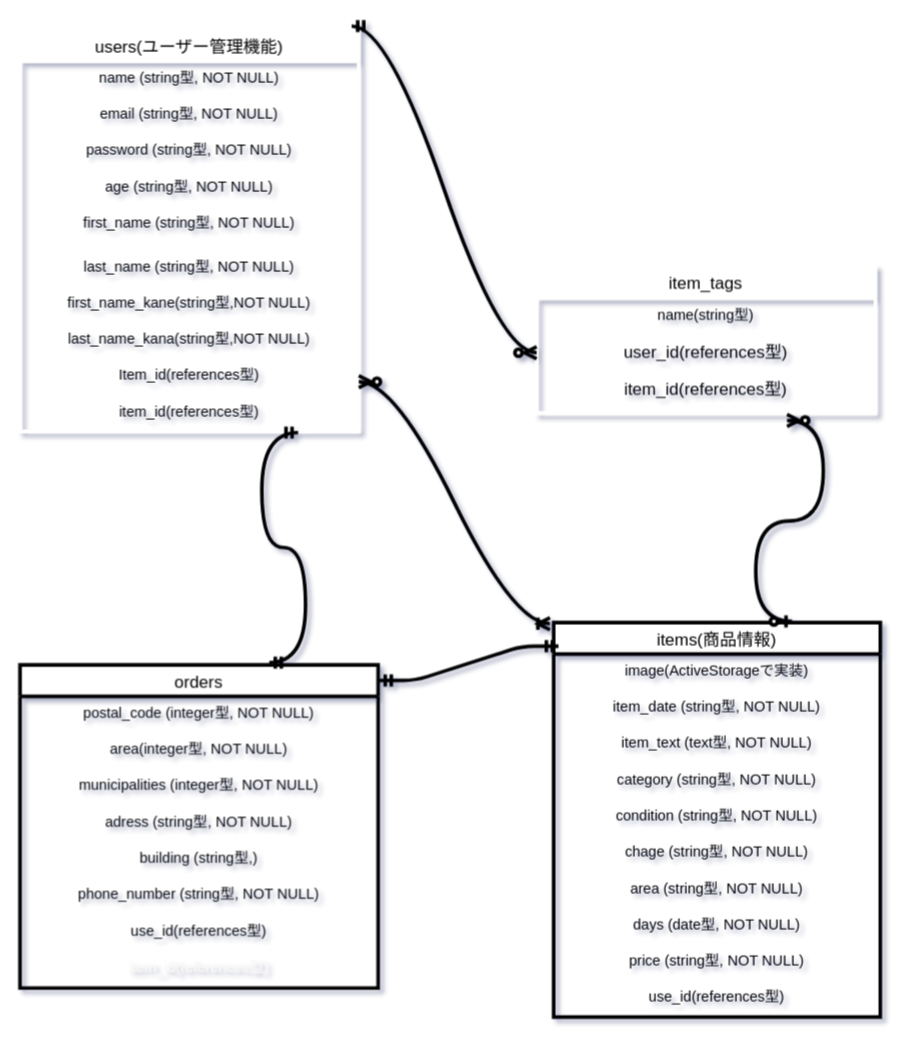
Above: ER .dio in same-jima/furima-36128 (draw.io), before the change. Source tidied: cells renumbered, new cells numbered last; positions are measured from the earlier drawing's top-left corner, leaving out a move shared by most shapes. Both pictures are drawn from the tidied source at 121%, with x=0, y=0 at pixel (19, 29).
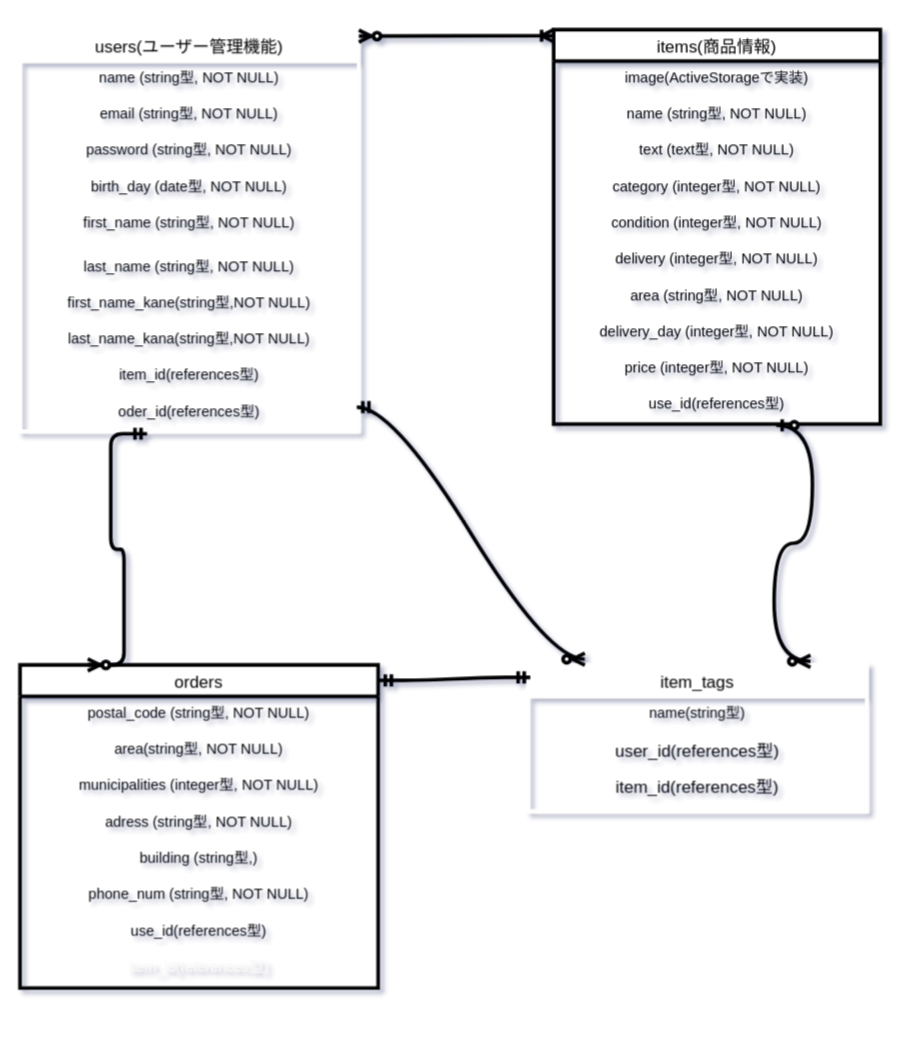
The same page after the edit.

Commit message (it also covers changes not shown here):
再々々修正：ER図・README

Unchanged cells that the change refers to:
```xml
<mxCell id="2" value="users(ユーザー管理機能)" style="swimlane;fontStyle=0;horizontal=1;startSize=26;align=center;fontSize=14;strokeColor=#FFFFFF;strokeWidth=3;" parent="1" vertex="1">
  <mxGeometry width="280" height="332" as="geometry" />
</mxCell>
<mxCell id="23" value="use_id(references型)" style="text;strokeColor=none;fillColor=none;spacingLeft=4;spacingRight=4;overflow=hidden;points=[[0,0.5],[1,0.5]];portConstraint=eastwest;fontSize=12;align=center;" parent="13" vertex="1">
  <mxGeometry y="296" width="270" height="30" as="geometry" />
</mxCell>
<mxCell id="24" value="orders" style="swimlane;fontStyle=0;horizontal=1;startSize=26;align=center;fontSize=14;strokeWidth=3;" parent="1" vertex="1">
  <mxGeometry y="525" width="296" height="267" as="geometry" />
</mxCell>
<mxCell id="35" value="user_id(references型)" style="text;strokeColor=none;fillColor=none;spacingLeft=4;spacingRight=4;overflow=hidden;points=[[0,0.5],[1,0.5]];portConstraint=eastwest;fontSize=14;align=center;" parent="33" vertex="1">
  <mxGeometry y="56" width="280" height="30" as="geometry" />
</mxCell>
<mxCell id="36" value="item_id(references型)" style="text;strokeColor=none;fillColor=none;spacingLeft=4;spacingRight=4;overflow=hidden;points=[[0,0.5],[1,0.5]];portConstraint=eastwest;fontSize=14;align=center;" parent="33" vertex="1">
  <mxGeometry y="86" width="280" height="35" as="geometry" />
</mxCell>
```

The edit, as a diff of the source:
```diff
@@
-    <mxCell id="6" value="age (string型, NOT NULL)" style="text;strokeColor=none;fillColor=none;spacingLeft=4;spacingRight=4;overflow=hidden;fontSize=12;align=center;" parent="2" vertex="1">
+    <mxCell id="6" value="birth_day (date型, NOT NULL)" style="text;strokeColor=none;fillColor=none;spacingLeft=4;spacingRight=4;overflow=hidden;fontSize=12;align=center;" parent="2" vertex="1">
       <mxGeometry y="116" width="280" height="30" as="geometry" />
     </mxCell>
@@
-    <mxCell id="11" value="Item_id(references型)" style="text;strokeColor=none;fillColor=none;spacingLeft=4;spacingRight=4;overflow=hidden;points=[[0,0.5],[1,0.5]];portConstraint=eastwest;fontSize=12;align=center;" parent="2" vertex="1">
+    <mxCell id="11" value="item_id(references型)" style="text;strokeColor=none;fillColor=none;spacingLeft=4;spacingRight=4;overflow=hidden;points=[[0,0.5],[1,0.5]];portConstraint=eastwest;fontSize=12;align=center;" parent="2" vertex="1">
       <mxGeometry y="272" width="280" height="30" as="geometry" />
     </mxCell>
-    <mxCell id="12" value="item_id(references型)" style="text;strokeColor=none;fillColor=none;spacingLeft=4;spacingRight=4;overflow=hidden;points=[[0,0.5],[1,0.5]];portConstraint=eastwest;fontSize=12;align=center;" parent="2" vertex="1">
+    <mxCell id="12" value="oder_id(references型)" style="text;strokeColor=none;fillColor=none;spacingLeft=4;spacingRight=4;overflow=hidden;points=[[0,0.5],[1,0.5]];portConstraint=eastwest;fontSize=12;align=center;" parent="2" vertex="1">
       <mxGeometry y="302" width="280" height="30" as="geometry" />
     </mxCell>
     <mxCell id="13" value="items(商品情報)" style="swimlane;fontStyle=0;horizontal=1;startSize=26;align=center;fontSize=14;strokeWidth=3;" parent="1" vertex="1">
-      <mxGeometry x="441" y="490" width="270" height="326" as="geometry" />
+      <mxGeometry x="441" width="270" height="326" as="geometry" />
     </mxCell>
@@
-    <mxCell id="15" value="item_date (string型, NOT NULL)" style="text;strokeColor=none;fillColor=none;spacingLeft=4;spacingRight=4;overflow=hidden;fontSize=12;align=center;" parent="13" vertex="1">
+    <mxCell id="15" value="name (string型, NOT NULL)" style="text;strokeColor=none;fillColor=none;spacingLeft=4;spacingRight=4;overflow=hidden;fontSize=12;align=center;" parent="13" vertex="1">
       <mxGeometry y="56" width="270" height="30" as="geometry" />
     </mxCell>
-    <mxCell id="16" value="item_text (text型, NOT NULL)" style="text;strokeColor=none;fillColor=none;spacingLeft=4;spacingRight=4;overflow=hidden;fontSize=12;align=center;" parent="13" vertex="1">
+    <mxCell id="16" value="text (text型, NOT NULL)" style="text;strokeColor=none;fillColor=none;spacingLeft=4;spacingRight=4;overflow=hidden;fontSize=12;align=center;" parent="13" vertex="1">
       <mxGeometry y="86" width="270" height="30" as="geometry" />
     </mxCell>
-    <mxCell id="17" value="category (string型, NOT NULL)" style="text;strokeColor=none;fillColor=none;spacingLeft=4;spacingRight=4;overflow=hidden;fontSize=12;align=center;" parent="13" vertex="1">
+    <mxCell id="17" value="category (integer型, NOT NULL)" style="text;strokeColor=none;fillColor=none;spacingLeft=4;spacingRight=4;overflow=hidden;fontSize=12;align=center;" parent="13" vertex="1">
       <mxGeometry y="116" width="270" height="30" as="geometry" />
     </mxCell>
-    <mxCell id="18" value="condition (string型, NOT NULL)" style="text;strokeColor=none;fillColor=none;spacingLeft=4;spacingRight=4;overflow=hidden;fontSize=12;align=center;" parent="13" vertex="1">
+    <mxCell id="18" value="condition (integer型, NOT NULL)" style="text;strokeColor=none;fillColor=none;spacingLeft=4;spacingRight=4;overflow=hidden;fontSize=12;align=center;" parent="13" vertex="1">
       <mxGeometry y="146" width="270" height="30" as="geometry" />
     </mxCell>
-    <mxCell id="19" value="chage (string型, NOT NULL)" style="text;strokeColor=none;fillColor=none;spacingLeft=4;spacingRight=4;overflow=hidden;fontSize=12;align=center;" parent="13" vertex="1">
+    <mxCell id="19" value="delivery (integer型, NOT NULL)" style="text;strokeColor=none;fillColor=none;spacingLeft=4;spacingRight=4;overflow=hidden;fontSize=12;align=center;" parent="13" vertex="1">
       <mxGeometry y="176" width="270" height="30" as="geometry" />
     </mxCell>
@@
-    <mxCell id="21" value="days (date型, NOT NULL)" style="text;strokeColor=none;fillColor=none;spacingLeft=4;spacingRight=4;overflow=hidden;fontSize=12;align=center;" parent="13" vertex="1">
+    <mxCell id="21" value="delivery_day (integer型, NOT NULL)" style="text;strokeColor=none;fillColor=none;spacingLeft=4;spacingRight=4;overflow=hidden;fontSize=12;align=center;" parent="13" vertex="1">
       <mxGeometry y="236" width="270" height="30" as="geometry" />
     </mxCell>
-    <mxCell id="22" value="price (string型, NOT NULL)" style="text;strokeColor=none;fillColor=none;spacingLeft=4;spacingRight=4;overflow=hidden;fontSize=12;align=center;" parent="13" vertex="1">
+    <mxCell id="22" value="price (integer型, NOT NULL)" style="text;strokeColor=none;fillColor=none;spacingLeft=4;spacingRight=4;overflow=hidden;fontSize=12;align=center;" parent="13" vertex="1">
       <mxGeometry y="266" width="270" height="30" as="geometry" />
     </mxCell>
@@
-    <mxCell id="25" value="postal_code (integer型, NOT NULL)" style="text;strokeColor=none;fillColor=none;spacingLeft=4;spacingRight=4;overflow=hidden;fontSize=12;align=center;" parent="24" vertex="1">
+    <mxCell id="25" value="postal_code (string型, NOT NULL)" style="text;strokeColor=none;fillColor=none;spacingLeft=4;spacingRight=4;overflow=hidden;fontSize=12;align=center;" parent="24" vertex="1">
       <mxGeometry y="26" width="296" height="30" as="geometry" />
     </mxCell>
-    <mxCell id="26" value="area(integer型, NOT NULL)" style="text;strokeColor=none;fillColor=none;spacingLeft=4;spacingRight=4;overflow=hidden;fontSize=12;align=center;" parent="24" vertex="1">
+    <mxCell id="26" value="area(string型, NOT NULL)" style="text;strokeColor=none;fillColor=none;spacingLeft=4;spacingRight=4;overflow=hidden;fontSize=12;align=center;" parent="24" vertex="1">
       <mxGeometry y="56" width="296" height="30" as="geometry" />
     </mxCell>
@@
-    <mxCell id="30" value="phone_number (string型, NOT NULL)" style="text;strokeColor=none;fillColor=none;spacingLeft=4;spacingRight=4;overflow=hidden;fontSize=12;align=center;" parent="24" vertex="1">
+    <mxCell id="30" value="phone_num (string型, NOT NULL)" style="text;strokeColor=none;fillColor=none;spacingLeft=4;spacingRight=4;overflow=hidden;fontSize=12;align=center;" parent="24" vertex="1">
       <mxGeometry y="176" width="296" height="30" as="geometry" />
     </mxCell>
@@
     <mxCell id="33" value="item_tags" style="swimlane;fontStyle=0;horizontal=1;startSize=26;align=center;fontSize=14;strokeColor=#FFFFFF;strokeWidth=3;" parent="1" vertex="1">
-      <mxGeometry x="427" y="196" width="280" height="121" as="geometry" />
+      <mxGeometry x="420" y="525" width="280" height="121" as="geometry" />
     </mxCell>
@@
-    <mxCell id="37" style="edgeStyle=entityRelationEdgeStyle;fontSize=12;html=1;endArrow=ERzeroToMany;startArrow=ERmandOne;exitX=0.979;exitY=-0.009;exitDx=0;exitDy=0;exitPerimeter=0;curved=1;strokeWidth=3;" parent="1" edge="1" source="2" target="35">
+    <mxCell id="37" style="edgeStyle=entityRelationEdgeStyle;fontSize=12;html=1;endArrow=ERzeroToMany;startArrow=ERmandOne;exitX=0.994;exitY=0.333;exitDx=0;exitDy=0;exitPerimeter=0;curved=1;strokeWidth=3;entryX=0.167;entryY=-0.039;entryDx=0;entryDy=0;entryPerimeter=0;" parent="1" edge="1" source="12" target="33">
       <mxGeometry relative="1" as="geometry" />
     </mxCell>
-    <mxCell id="38" style="edgeStyle=entityRelationEdgeStyle;fontSize=12;html=1;endArrow=ERzeroToMany;startArrow=ERzeroToOne;entryX=0.739;entryY=1.171;entryDx=0;entryDy=0;entryPerimeter=0;exitX=0.73;exitY=-0.003;exitDx=0;exitDy=0;exitPerimeter=0;curved=1;strokeWidth=3;" parent="1" edge="1" source="13" target="36">
+    <mxCell id="38" style="edgeStyle=entityRelationEdgeStyle;fontSize=12;html=1;endArrow=ERzeroToMany;startArrow=ERzeroToOne;entryX=0.833;entryY=-0.025;entryDx=0;entryDy=0;entryPerimeter=0;curved=1;strokeWidth=3;exitX=0.681;exitY=1.033;exitDx=0;exitDy=0;exitPerimeter=0;" parent="1" edge="1" source="23" target="33">
       <mxGeometry relative="1" as="geometry" />
     </mxCell>
-    <mxCell id="39" style="edgeStyle=entityRelationEdgeStyle;fontSize=12;html=1;endArrow=ERoneToMany;startArrow=ERzeroToMany;exitX=1;exitY=0.633;exitDx=0;exitDy=0;exitPerimeter=0;entryX=-0.011;entryY=0.003;entryDx=0;entryDy=0;entryPerimeter=0;curved=1;strokeWidth=3;" parent="1" edge="1" source="11" target="13">
-      <mxGeometry relative="1" as="geometry" />
+    <mxCell id="39" style="edgeStyle=entityRelationEdgeStyle;fontSize=12;html=1;endArrow=ERoneToMany;startArrow=ERzeroToMany;exitX=1;exitY=0.016;exitDx=0;exitDy=0;exitPerimeter=0;curved=1;strokeWidth=3;" parent="1" edge="1" source="2">
+      <mxGeometry relative="1" as="geometry">
+        <mxPoint x="441" y="5" as="targetPoint" />
+      </mxGeometry>
     </mxCell>
-    <mxCell id="40" style="edgeStyle=entityRelationEdgeStyle;fontSize=12;html=1;endArrow=ERmandOne;startArrow=ERmandOne;exitX=0.696;exitY=-0.007;exitDx=0;exitDy=0;exitPerimeter=0;entryX=0.821;entryY=1.033;entryDx=0;entryDy=0;entryPerimeter=0;curved=1;strokeWidth=3;targetPerimeterSpacing=2;" parent="1" edge="1" source="24" target="12">
-      <mxGeometry relative="1" as="geometry" />
-    </mxCell>
-    <mxCell id="41" style="edgeStyle=entityRelationEdgeStyle;fontSize=12;html=1;endArrow=ERmandOne;startArrow=ERmandOne;targetPerimeterSpacing=2;strokeWidth=3;entryX=0.015;entryY=0.06;entryDx=0;entryDy=0;entryPerimeter=0;exitX=1.003;exitY=0.048;exitDx=0;exitDy=0;exitPerimeter=0;" parent="1" edge="1" source="24" target="13">
+    <mxCell id="41" style="edgeStyle=entityRelationEdgeStyle;fontSize=12;html=1;endArrow=ERmandOne;startArrow=ERmandOne;targetPerimeterSpacing=2;strokeWidth=3;exitX=1.003;exitY=0.048;exitDx=0;exitDy=0;exitPerimeter=0;entryX=0.006;entryY=0.085;entryDx=0;entryDy=0;entryPerimeter=0;" parent="1" edge="1" source="24" target="33">
       <mxGeometry relative="1" as="geometry" />
     </mxCell>
+    <mxCell id="42" style="edgeStyle=entityRelationEdgeStyle;fontSize=12;html=1;endArrow=ERzeroToMany;startArrow=ERmandOne;targetPerimeterSpacing=2;strokeWidth=3;entryX=0.189;entryY=0;entryDx=0;entryDy=0;entryPerimeter=0;exitX=0.375;exitY=1.067;exitDx=0;exitDy=0;exitPerimeter=0;" parent="1" edge="1" source="12" target="24">
+      <mxGeometry relative="1" as="geometry" />
+    </mxCell>
```
